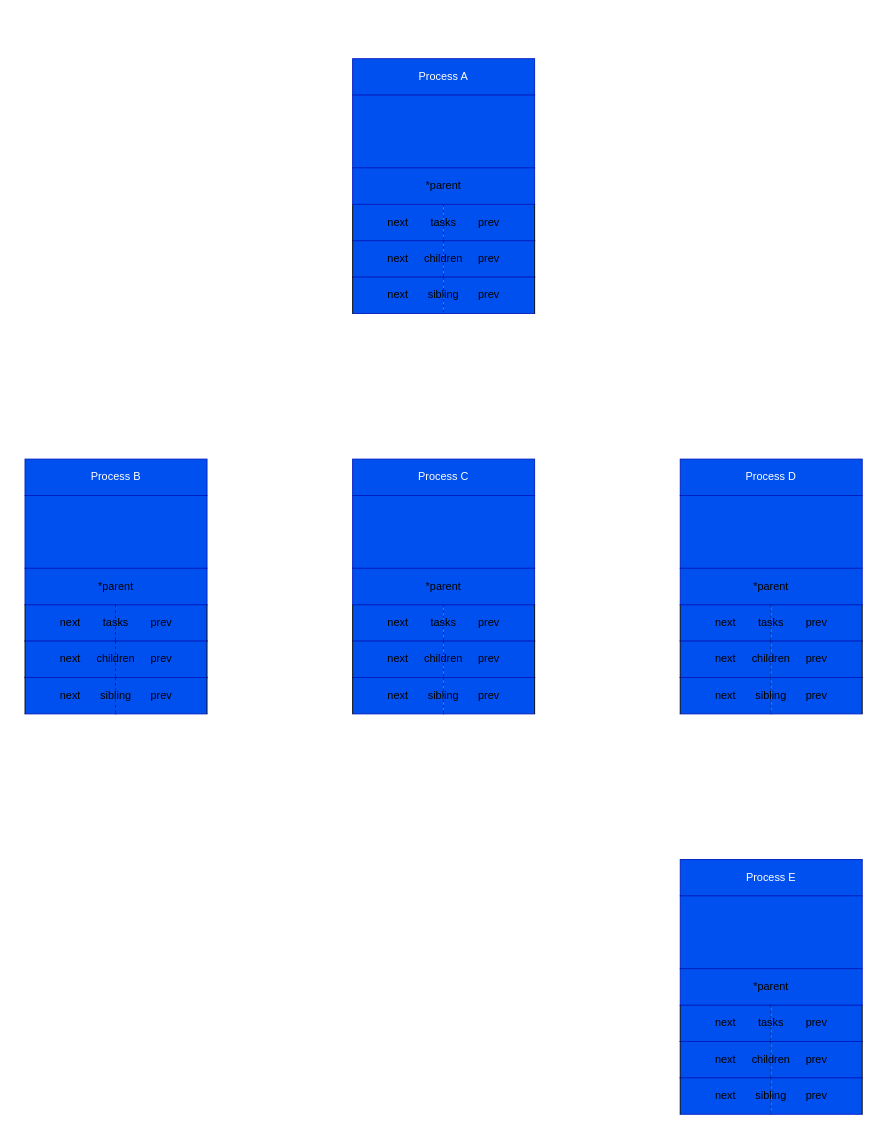
This is ADT/Untitled Diagram.drawio from astrotycoon/ADT, a draw.io file, before an edit. Source tidied: cells renumbered, new cells numbered last; positions are measured from the earlier drawing's top-left corner, leaving out a move shared by most shapes. Both pictures are drawn from the tidied source at 91%, with x=0, y=0 at pixel (15, 58).
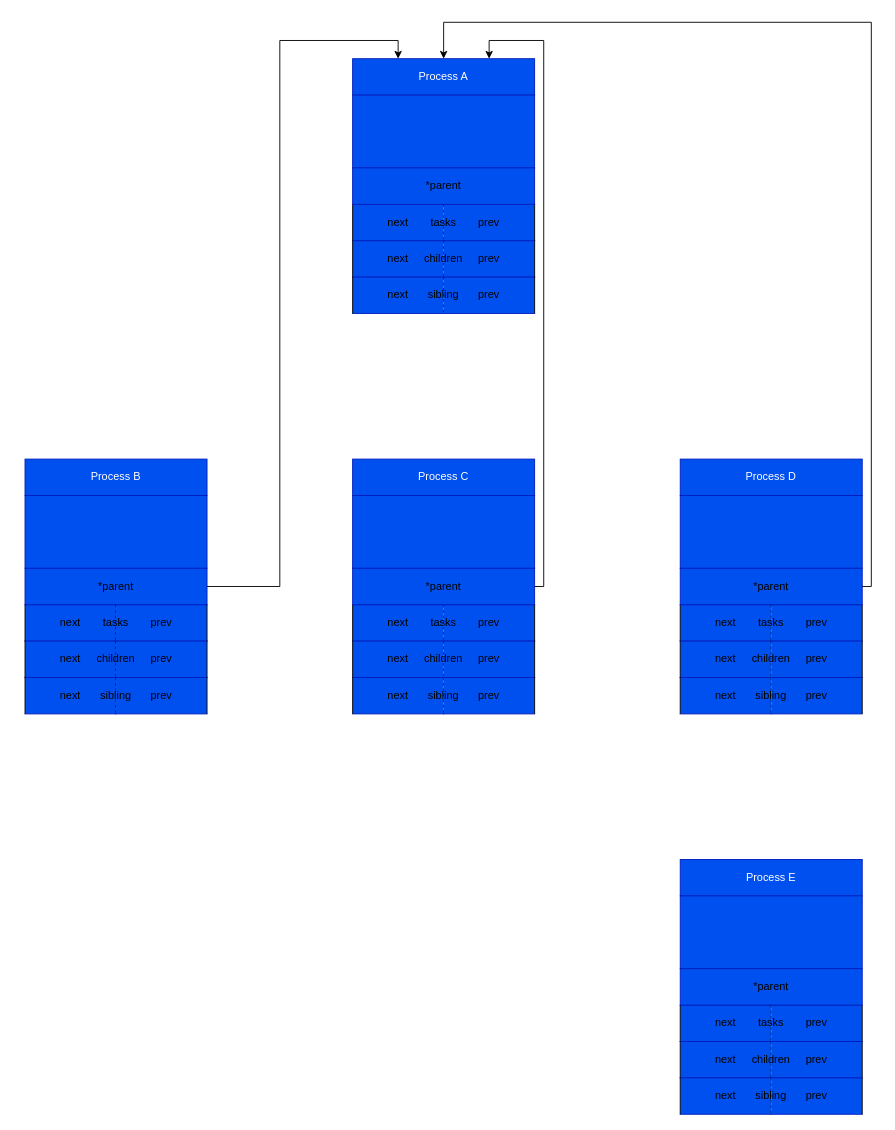
Above is the later version.

Unchanged cells that the change refers to:
```xml
<mxCell id="2" value="Process A" style="rounded=0;whiteSpace=wrap;html=1;fillColor=#0050ef;fontColor=#ffffff;strokeColor=#001DBC;" parent="1" vertex="1">
  <mxGeometry x="370" width="200" height="40" as="geometry" />
</mxCell>
<mxCell id="43" value="&lt;font style=&quot;color: light-dark(rgb(0, 0, 0), rgb(204, 0, 0));&quot;&gt;*parent&lt;/font&gt;" style="rounded=0;whiteSpace=wrap;html=1;fillColor=#0050ef;fontColor=#ffffff;strokeColor=#001DBC;" parent="1" vertex="1">
  <mxGeometry x="370" y="560" width="200" height="40" as="geometry" />
</mxCell>
```

The edit, as a diff of the source:
```diff
@@
+    <mxCell id="107" style="endArrow=classic;html=1;rounded=0;entryX=0.25;entryY=0;entryDx=0;entryDy=0;edgeStyle=orthogonalEdgeStyle;" parent="1" edge="1" target="2">
+      <mxGeometry relative="1" as="geometry">
+        <mxPoint x="210" y="580" as="sourcePoint" />
+        <Array as="points">
+          <mxPoint x="290" y="580" />
+          <mxPoint x="290" y="-20" />
+          <mxPoint x="420" y="-20" />
+        </Array>
+      </mxGeometry>
+    </mxCell>
+    <mxCell id="108" style="endArrow=classic;html=1;rounded=0;entryX=0.75;entryY=0;entryDx=0;entryDy=0;edgeStyle=orthogonalEdgeStyle;exitX=1;exitY=0.5;exitDx=0;exitDy=0;" parent="1" edge="1" source="43" target="2">
+      <mxGeometry relative="1" as="geometry">
+        <Array as="points">
+          <mxPoint x="580" y="580" />
+          <mxPoint x="580" y="-20" />
+          <mxPoint x="520" y="-20" />
+        </Array>
+      </mxGeometry>
+    </mxCell>
+    <mxCell id="109" style="endArrow=classic;html=1;rounded=0;entryX=0.5;entryY=0;entryDx=0;entryDy=0;edgeStyle=orthogonalEdgeStyle;" parent="1" edge="1" target="2">
+      <mxGeometry relative="1" as="geometry">
+        <mxPoint x="930" y="580" as="sourcePoint" />
+        <Array as="points">
+          <mxPoint x="940" y="580" />
+          <mxPoint x="940" y="-40" />
+          <mxPoint x="470" y="-40" />
+        </Array>
+      </mxGeometry>
+    </mxCell>
```
